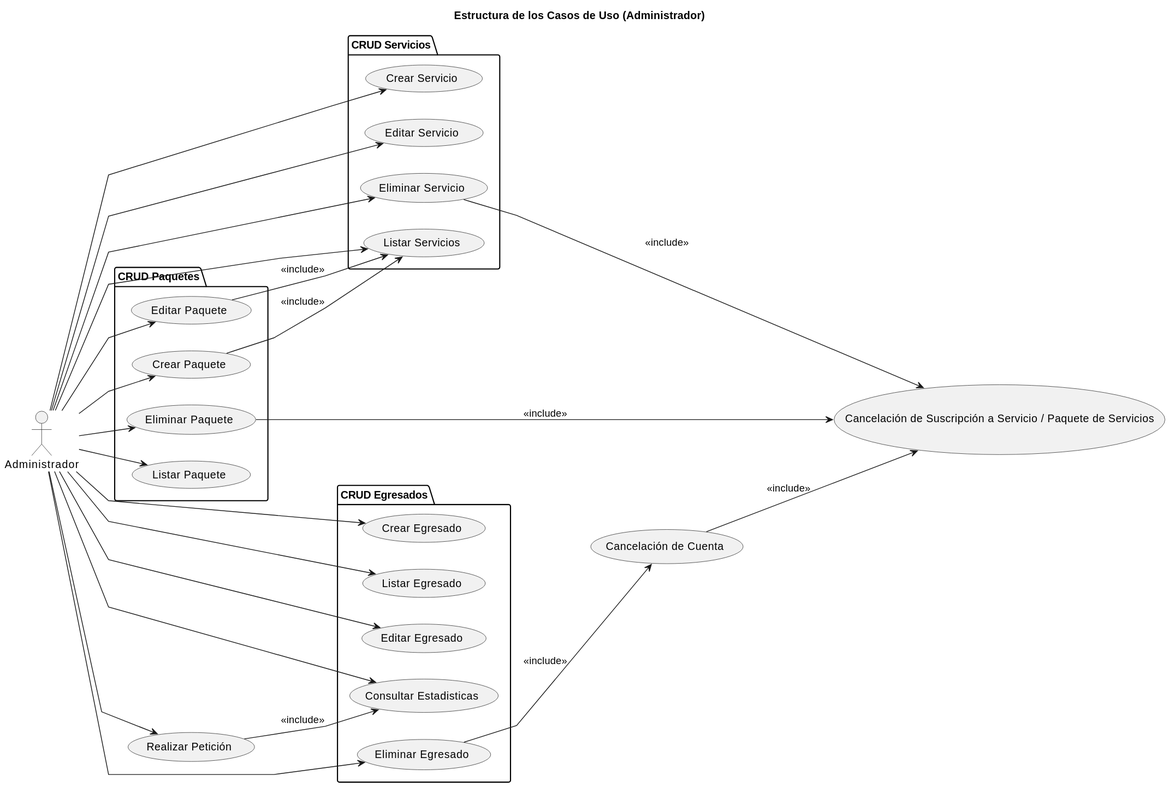
Earlier version of the PlantUML export Caso_de_Uso/Estructura/Administrador/Estructura.svg (mmasias/23-24-IdSw1-SDR).
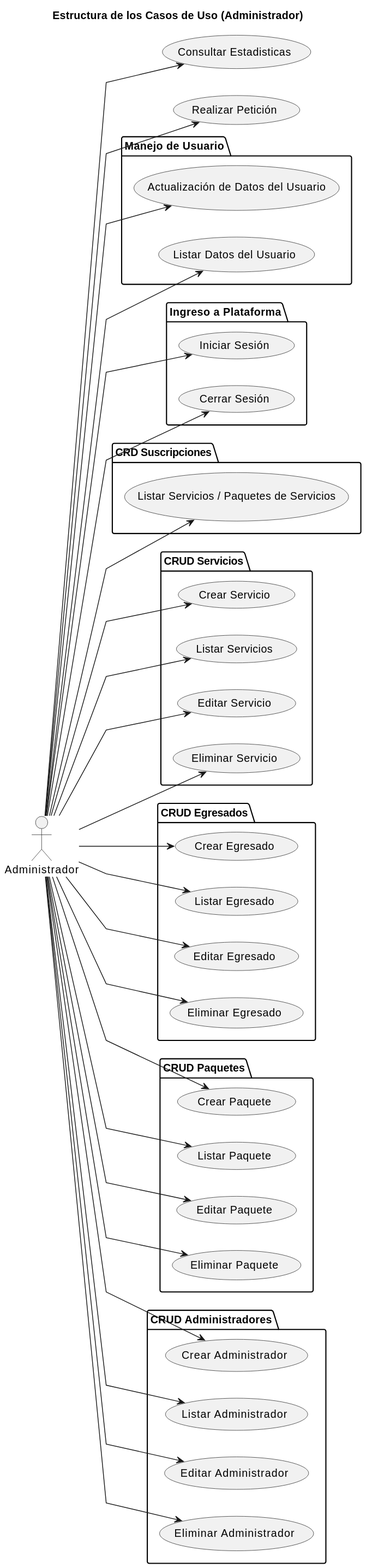
Above is the later version.

Diff of the diagram source:
```diff
@@ -12,6 +12,22 @@
 
 actor Administrador
 
+Administrador --> (Consultar Estadisticas)
+
+folder "Manejo de Usuario" as cuentas {
+    Administrador --> (Actualización de Datos del Usuario)
+    Administrador --> (Listar Datos del Usuario)
+}
+
+folder "Ingreso a Plataforma" as ingreso {
+    Administrador --> (Iniciar Sesión)
+    Administrador --> (Cerrar Sesión)
+}
+
+folder "CRD Suscripciones" as CRDSuscripciones {
+    Administrador --> (Listar Servicios / Paquetes de Servicios)
+}
+
 folder "CRUD Servicios" as CRUDServicios {
     Administrador --> (Crear Servicio)
     Administrador --> (Listar Servicios)
@@ -24,7 +40,6 @@
     Administrador --> (Listar Egresado)
     Administrador --> (Editar Egresado)
     Administrador --> (Eliminar Egresado)
-    Administrador --> (Consultar Estadisticas)
 }
 
 folder "CRUD Paquetes" as CRUDPaquetes {
@@ -34,13 +49,13 @@
     Administrador --> (Eliminar Paquete)
 }
 
+folder "CRUD Administradores" as CRUDAdministradores {
+    Administrador --> (Crear Administrador)
+    Administrador --> (Listar Administrador)
+    Administrador --> (Editar Administrador)
+    Administrador --> (Eliminar Administrador)
+}
+
 Administrador --> (Realizar Petición)
-(Realizar Petición) --> (Consultar Estadisticas) : <<include>>
-(Eliminar Egresado) --> (Cancelación de Cuenta) : <<include>>
-(Cancelación de Cuenta) --> (Cancelación de Suscripción a Servicio / Paquete de Servicios) : <<include>>
-(Eliminar Paquete) --> (Cancelación de Suscripción a Servicio / Paquete de Servicios) : <<include>>
-(Editar Paquete) --> (Listar Servicios) : <<include>>
-(Crear Paquete) --> (Listar Servicios) : <<include>>
-(Eliminar Servicio) --> (Cancelación de Suscripción a Servicio / Paquete de Servicios) : <<include>>
 
 @enduml
```
